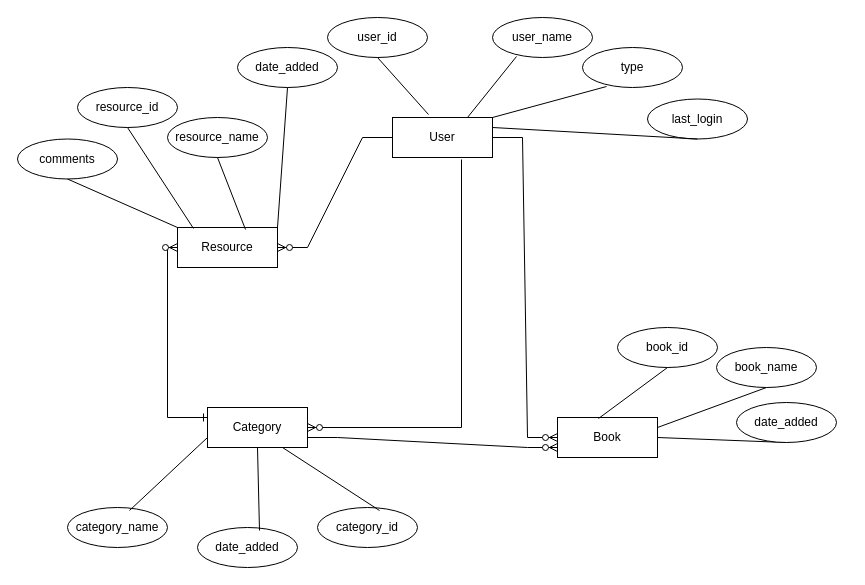
Above: ERD_LinkShare.drawio in VinCoD/ERDs (draw.io), before the change. Source tidied: cells renumbered, new cells numbered last; positions are measured from the earlier drawing's top-left corner, leaving out a move shared by most shapes. Both pictures are drawn from the tidied source at 100%, with x=0, y=0 at pixel (17, 17).
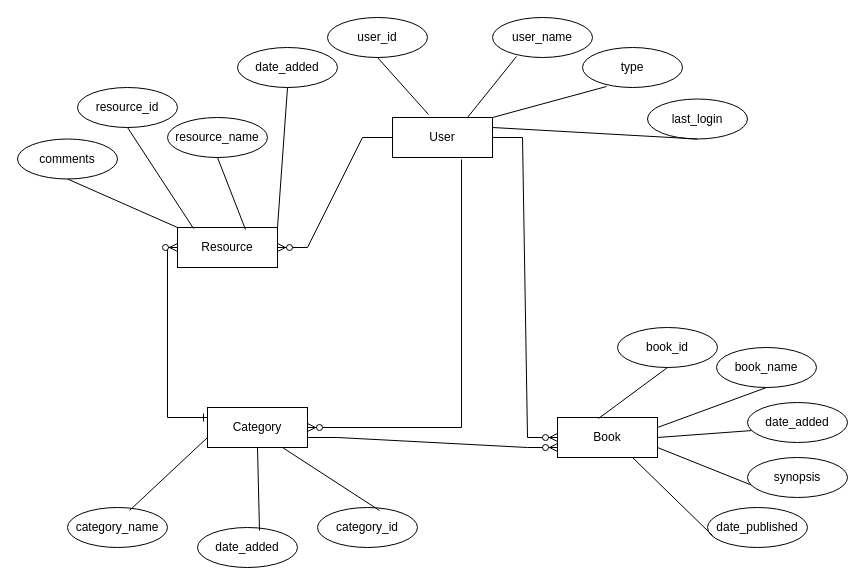
After the change.

The change refers to these unchanged cells:
```xml
<mxCell id="4" value="Book" style="whiteSpace=wrap;html=1;align=center;" parent="1" vertex="1">
  <mxGeometry x="540" y="400" width="100" height="40" as="geometry" />
</mxCell>
```

Diff of the diagram source:
```diff
@@
-    <mxCell id="37" style="endArrow=none;html=1;rounded=0;entryX=1;entryY=0.5;entryDx=0;entryDy=0;exitX=0.5;exitY=1;exitDx=0;exitDy=0;" parent="1" edge="1" source="38" target="4">
+    <mxCell id="37" style="endArrow=none;html=1;rounded=0;entryX=1;entryY=0.5;entryDx=0;entryDy=0;exitX=0.05;exitY=0.7;exitDx=0;exitDy=0;exitPerimeter=0;" parent="1" edge="1" source="38" target="4">
       <mxGeometry relative="1" as="geometry" />
     </mxCell>
     <mxCell id="38" value="date_added" style="ellipse;whiteSpace=wrap;html=1;align=center;" parent="1" vertex="1">
-      <mxGeometry x="719" y="385" width="100" height="40" as="geometry" />
+      <mxGeometry x="730" y="385" width="100" height="40" as="geometry" />
     </mxCell>
+    <mxCell id="39" style="endArrow=none;html=1;rounded=0;entryX=1;entryY=0.75;entryDx=0;entryDy=0;exitX=0.05;exitY=0.7;exitDx=0;exitDy=0;exitPerimeter=0;" parent="1" edge="1" source="40" target="4">
+      <mxGeometry relative="1" as="geometry" />
+    </mxCell>
+    <mxCell id="40" value="synopsis" style="ellipse;whiteSpace=wrap;html=1;align=center;" parent="1" vertex="1">
+      <mxGeometry x="730" y="440" width="100" height="40" as="geometry" />
+    </mxCell>
+    <mxCell id="41" value="date_published" style="ellipse;whiteSpace=wrap;html=1;align=center;" parent="1" vertex="1">
+      <mxGeometry x="690" y="490" width="100" height="40" as="geometry" />
+    </mxCell>
+    <mxCell id="42" style="endArrow=none;html=1;rounded=0;entryX=0.75;entryY=1;entryDx=0;entryDy=0;exitX=0.05;exitY=0.7;exitDx=0;exitDy=0;exitPerimeter=0;" parent="1" edge="1" source="41" target="4">
+      <mxGeometry relative="1" as="geometry" />
+    </mxCell>
```
